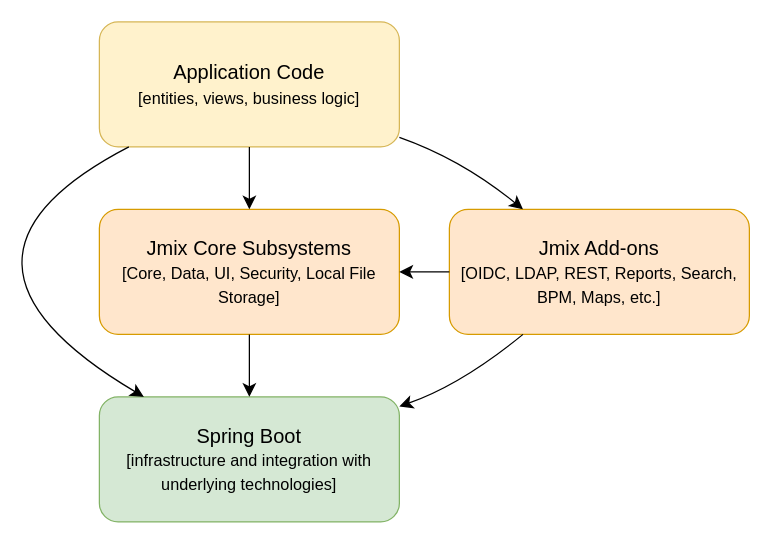
Above: page "components-1" (4 of 4) of content/modules/concepts/diagrams/architecture.drawio in jmix-framework/jmix-docs (draw.io), before the change. Source tidied: cells renumbered, new cells numbered last; positions are measured from the earlier drawing's top-left corner, leaving out a move shared by most shapes. Both pictures are drawn from the tidied source at 125%, with x=0, y=0 at pixel (-89, 21).
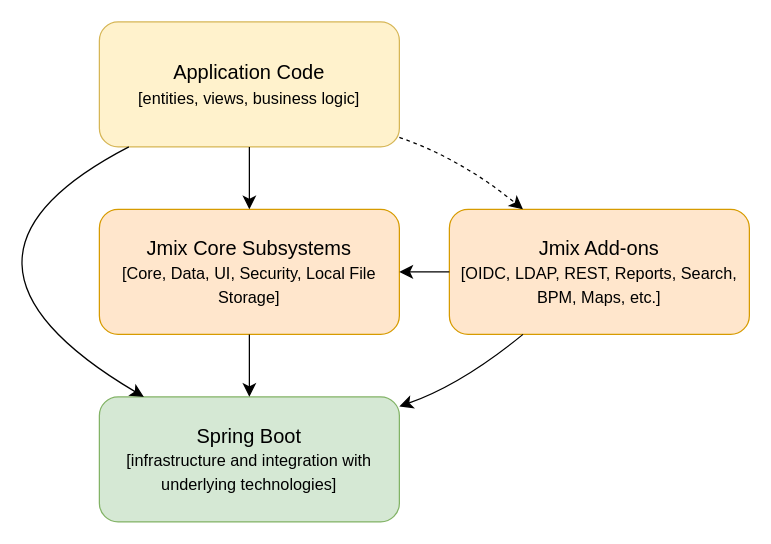
After the change.

Change to the diagram source:
```diff
@@
 <mxGraphModel>
   <root>
     <mxCell id="0" />
     <mxCell id="1" parent="0" />
     <mxCell id="2" value="Spring Boot&lt;br&gt;&lt;font style=&quot;font-size: 13px;&quot;&gt;[infrastructure and integration with underlying technologies]&lt;/font&gt;" style="rounded=1;whiteSpace=wrap;html=1;fontSize=16;fillColor=#d5e8d4;strokeColor=#82b366;" parent="1" vertex="1">
       <mxGeometry x="150" y="300" width="240" height="100" as="geometry" />
     </mxCell>
     <mxCell id="3" value="Application Code&lt;br&gt;&lt;font style=&quot;font-size: 13px;&quot;&gt;[entities, views, business logic]&lt;/font&gt;" style="rounded=1;whiteSpace=wrap;html=1;fontSize=16;fillColor=#fff2cc;strokeColor=#d6b656;" parent="1" vertex="1">
       <mxGeometry x="150" width="240" height="100" as="geometry" />
     </mxCell>
     <mxCell id="4" value="Jmix Core Subsystems&lt;br&gt;&lt;font style=&quot;font-size: 13px;&quot;&gt;[Core, Data, UI, Security, Local File Storage]&lt;/font&gt;" style="rounded=1;whiteSpace=wrap;html=1;fontSize=16;fillColor=#ffe6cc;strokeColor=#d79b00;" parent="1" vertex="1">
       <mxGeometry x="150" y="150" width="240" height="100" as="geometry" />
     </mxCell>
     <mxCell id="5" value="Jmix Add-ons&lt;br&gt;&lt;font style=&quot;font-size: 13px;&quot;&gt;[OIDC, LDAP, REST, Reports, Search, BPM, Maps, etc.]&lt;/font&gt;" style="rounded=1;whiteSpace=wrap;html=1;fontSize=16;fillColor=#ffe6cc;strokeColor=#d79b00;" parent="1" vertex="1">
       <mxGeometry x="430" y="150" width="240" height="100" as="geometry" />
     </mxCell>
     <mxCell id="6" style="endArrow=classic;html=1;rounded=0;fontSize=12;startSize=8;endSize=8;curved=1;" parent="1" edge="1" source="3" target="2">
       <mxGeometry relative="1" as="geometry">
         <Array as="points">
           <mxPoint y="190" />
         </Array>
       </mxGeometry>
     </mxCell>
     <mxCell id="7" style="endArrow=classic;html=1;rounded=0;fontSize=12;startSize=8;endSize=8;curved=1;" parent="1" edge="1" source="3" target="4">
       <mxGeometry relative="1" as="geometry" />
     </mxCell>
     <mxCell id="8" style="endArrow=classic;html=1;rounded=0;fontSize=12;startSize=8;endSize=8;curved=1;" parent="1" edge="1" source="5" target="4">
       <mxGeometry relative="1" as="geometry" />
     </mxCell>
     <mxCell id="9" style="endArrow=classic;html=1;rounded=0;fontSize=12;startSize=8;endSize=8;curved=1;" parent="1" edge="1" source="4" target="2">
       <mxGeometry relative="1" as="geometry" />
     </mxCell>
-    <mxCell id="10" style="endArrow=classic;html=1;rounded=0;fontSize=12;startSize=8;endSize=8;curved=1;" parent="1" edge="1" source="3" target="5">
+    <mxCell id="10" style="endArrow=classic;html=1;rounded=0;fontSize=12;startSize=8;endSize=8;curved=1;dashed=1;" parent="1" edge="1" source="3" target="5">
       <mxGeometry relative="1" as="geometry">
         <Array as="points">
           <mxPoint x="440" y="110" />
         </Array>
       </mxGeometry>
     </mxCell>
     <mxCell id="11" style="endArrow=classic;html=1;rounded=0;fontSize=12;startSize=8;endSize=8;curved=1;" parent="1" edge="1" source="5" target="2">
       <mxGeometry relative="1" as="geometry">
         <Array as="points">
           <mxPoint x="440" y="290" />
         </Array>
       </mxGeometry>
     </mxCell>
   </root>
 </mxGraphModel>
```
